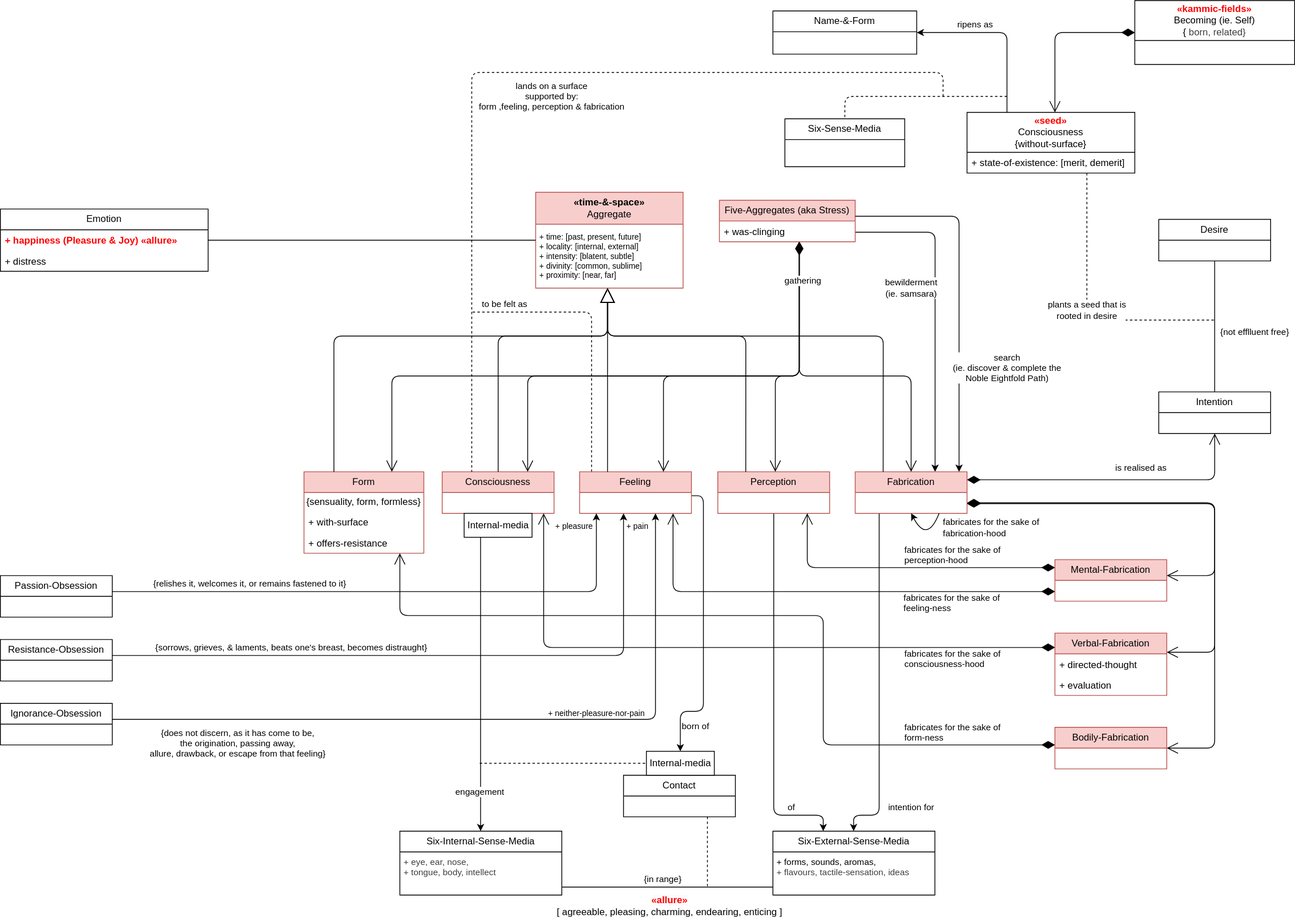
Above: fives/comprehend_aggregates_classes.drawio.svg in suttaplayer/dn34-PROGRESSING-BY-TENS (draw.io), before the change. Source tidied: cells renumbered, new cells last; positions are measured from the earlier drawing's top-left corner, leaving out a move shared by most shapes.
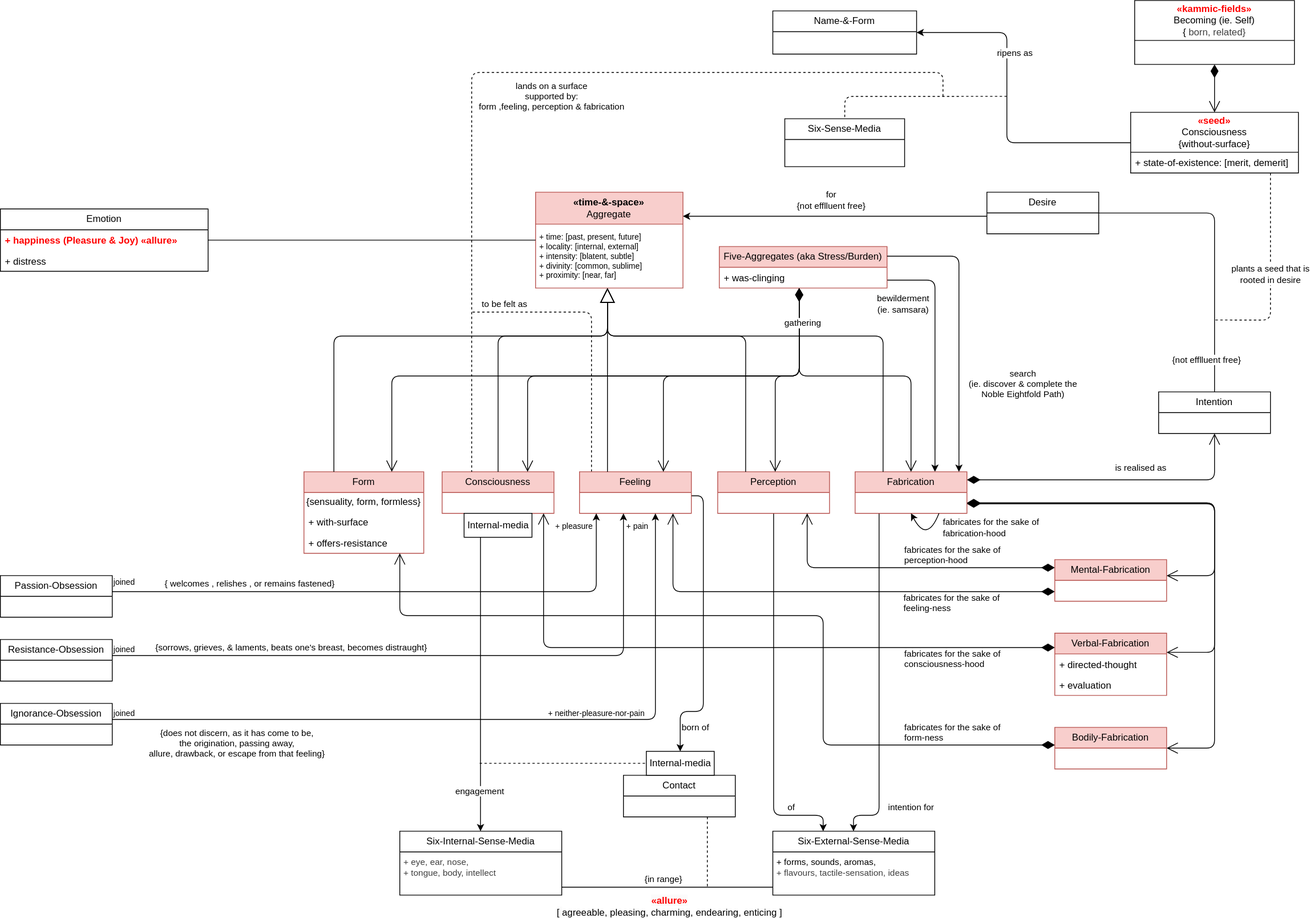
The same file after the commit.

Commit message:
- added obsession details

Diff of the diagram source:
```diff
@@ -3,18 +3,17 @@
     <mxCell id="0" />
     <mxCell id="1" parent="0" />
     <mxCell id="2" value="bewilderment&lt;div&gt;(ie. samsara)&lt;/div&gt;" style="edgeStyle=orthogonalEdgeStyle;html=1;" parent="1" edge="1" source="3" target="6">
-      <mxGeometry x="-0.15" y="-30" relative="1" as="geometry">
+      <mxGeometry x="-0.87" y="-30" relative="1" as="geometry">
         <Array as="points">
-          <mxPoint x="1170" y="290" />
+          <mxPoint x="1170" y="350" />
         </Array>
-        <mxPoint y="-1" as="offset" />
       </mxGeometry>
     </mxCell>
-    <mxCell id="3" value="Five-Aggregates (aka Stress)" style="swimlane;fontStyle=0;horizontal=1;startSize=26;fillColor=#f8cecc;whiteSpace=wrap;html=1;strokeColor=#b85450;" parent="1" vertex="1">
-      <mxGeometry x="900" y="250" width="170" height="52" as="geometry" />
+    <mxCell id="3" value="Five-Aggregates (aka Stress/Burden)" style="swimlane;fontStyle=0;horizontal=1;startSize=26;fillColor=#f8cecc;whiteSpace=wrap;html=1;strokeColor=#b85450;" parent="1" vertex="1">
+      <mxGeometry x="900" y="308" width="210" height="52" as="geometry" />
     </mxCell>
     <mxCell id="4" value="+ was-clinging" style="text;strokeColor=none;fillColor=none;align=left;verticalAlign=top;spacingLeft=4;spacingRight=4;overflow=hidden;whiteSpace=wrap;html=1;" parent="3" vertex="1">
-      <mxGeometry y="26" width="170" height="26" as="geometry" />
+      <mxGeometry y="26" width="210" height="26" as="geometry" />
     </mxCell>
     <mxCell id="5" value="intention for" style="edgeStyle=orthogonalEdgeStyle;html=1;" parent="1" edge="1" source="6" target="31">
       <mxGeometry x="0.71" y="40" relative="1" as="geometry">
@@ -215,10 +214,11 @@
       <mxGeometry x="693" y="1112" width="290" height="30" as="geometry" />
     </mxCell>
     <mxCell id="41" value="search&lt;div&gt;(ie. discover &amp;amp; complete the&lt;/div&gt;&lt;div&gt;Noble Eightfold Path)&lt;/div&gt;" style="edgeStyle=orthogonalEdgeStyle;html=1;" parent="1" edge="1" source="3" target="6">
-      <mxGeometry x="0.42" y="60" relative="1" as="geometry">
+      <mxGeometry x="0.39" y="80" relative="1" as="geometry">
         <Array as="points">
-          <mxPoint x="1200" y="270" />
+          <mxPoint x="1200" y="320" />
         </Array>
+        <mxPoint y="1" as="offset" />
       </mxGeometry>
     </mxCell>
     <mxCell id="42" style="edgeStyle=none;html=1;endArrow=none;endFill=0;" parent="1" edge="1" source="43" target="22">
@@ -233,7 +233,7 @@
     <mxCell id="45" value="&lt;font&gt;&lt;span style=&quot;&quot;&gt;&lt;font style=&quot;&quot;&gt;+ distress&lt;/font&gt;&lt;/span&gt;&lt;/font&gt;" style="text;strokeColor=none;fillColor=none;align=left;verticalAlign=top;spacingLeft=4;spacingRight=4;overflow=hidden;whiteSpace=wrap;html=1;fontStyle=0;fontColor=#000000;" parent="43" vertex="1">
       <mxGeometry y="52" width="260" height="26" as="geometry" />
     </mxCell>
-    <mxCell id="46" value="{relishes it, welcomes it, or remains fastened to it}" style="edgeStyle=orthogonalEdgeStyle;html=1;" parent="1" edge="1" source="47" target="10">
+    <mxCell id="46" value="{&lt;span style=&quot;color: rgb(0, 0, 0);&quot;&gt;welcomes&lt;/span&gt;,&amp;nbsp;&lt;span style=&quot;color: rgb(0, 0, 0);&quot;&gt;relishes&lt;/span&gt;, or remains fastened}" style="edgeStyle=orthogonalEdgeStyle;html=1;" parent="1" edge="1" source="47" target="10">
       <mxGeometry x="-0.51" y="10" relative="1" as="geometry">
         <Array as="points">
           <mxPoint x="746" y="740" />
@@ -250,8 +250,7 @@
       <mxGeometry relative="1" as="geometry">
         <mxPoint x="1520" y="400" as="targetPoint" />
         <Array as="points">
-          <mxPoint x="1360" y="178" />
-          <mxPoint x="1360" y="400" />
+          <mxPoint x="1590" y="400" />
         </Array>
       </mxGeometry>
     </mxCell>
@@ -272,16 +271,24 @@
       </mxGeometry>
     </mxCell>
     <mxCell id="52" value="&lt;div&gt;&lt;span style=&quot;font-weight: 700; text-wrap-mode: nowrap;&quot;&gt;&lt;font style=&quot;color: rgb(255, 0, 0);&quot;&gt;«seed»&lt;/font&gt;&lt;/span&gt;&lt;/div&gt;Consciousness&lt;div&gt;{without-surface}&lt;/div&gt;" style="swimlane;fontStyle=0;horizontal=1;startSize=50;fillColor=none;whiteSpace=wrap;html=1;" parent="1" vertex="1">
-      <mxGeometry x="1210" y="140" width="210" height="76" as="geometry" />
+      <mxGeometry x="1415" y="140" width="210" height="76" as="geometry" />
     </mxCell>
     <mxCell id="53" value="+ state-of-existence: [merit, demerit]" style="text;strokeColor=none;fillColor=none;align=left;verticalAlign=top;spacingLeft=4;spacingRight=4;overflow=hidden;whiteSpace=wrap;html=1;" parent="52" vertex="1">
       <mxGeometry y="50" width="210" height="26" as="geometry" />
     </mxCell>
-    <mxCell id="54" value="{not efflluent free}" style="edgeStyle=none;html=1;endArrow=none;endFill=0;" parent="1" edge="1" source="55" target="56">
-      <mxGeometry x="0.09" y="50" relative="1" as="geometry" />
+    <mxCell id="54" value="{not efflluent free}" style="edgeStyle=orthogonalEdgeStyle;html=1;endArrow=none;endFill=0;" parent="1" edge="1" source="55" target="56">
+      <mxGeometry x="0.78" y="-10" relative="1" as="geometry" />
     </mxCell>
+    <mxCell id="82" value="&lt;div&gt;&lt;span style=&quot;color: rgb(0, 0, 0);&quot;&gt;for&lt;/span&gt;&lt;/div&gt;&lt;span style=&quot;color: rgb(0, 0, 0);&quot;&gt;{not efflluent free}&lt;/span&gt;" style="edgeStyle=orthogonalEdgeStyle;html=1;" parent="1" edge="1" source="55" target="22">
+      <mxGeometry x="0.03" y="-20" relative="1" as="geometry">
+        <Array as="points">
+          <mxPoint x="1140" y="270" />
+          <mxPoint x="1140" y="270" />
+        </Array>
+      </mxGeometry>
+    </mxCell>
     <mxCell id="55" value="Desire" style="swimlane;fontStyle=0;horizontal=1;startSize=26;whiteSpace=wrap;html=1;" parent="1" vertex="1">
-      <mxGeometry x="1450" y="274" width="140" height="52" as="geometry" />
+      <mxGeometry x="1235" y="240" width="140" height="52" as="geometry" />
     </mxCell>
     <mxCell id="56" value="Intention" style="swimlane;fontStyle=0;horizontal=1;startSize=26;whiteSpace=wrap;html=1;" parent="1" vertex="1">
       <mxGeometry x="1450" y="490" width="140" height="52" as="geometry" />
@@ -296,7 +303,8 @@
     <mxCell id="58" style="endArrow=open;html=1;endSize=12;startArrow=diamondThin;startSize=14;startFill=1;edgeStyle=orthogonalEdgeStyle;align=left;verticalAlign=bottom;" parent="1" edge="1" source="48" target="52">
       <mxGeometry y="26" relative="1" as="geometry">
         <Array as="points">
-          <mxPoint x="1320" y="40" />
+          <mxPoint x="1520" y="100" />
+          <mxPoint x="1520" y="100" />
         </Array>
       </mxGeometry>
     </mxCell>
@@ -424,5 +432,14 @@
         <mxPoint x="1" as="offset" />
       </mxGeometry>
     </mxCell>
+    <mxCell id="83" value="joined" style="text;html=1;align=left;verticalAlign=top;whiteSpace=wrap;rounded=0;fontSize=10;" parent="1" vertex="1">
+      <mxGeometry x="140" y="716" width="60" height="20" as="geometry" />
+    </mxCell>
+    <mxCell id="84" value="joined" style="text;html=1;align=left;verticalAlign=top;whiteSpace=wrap;rounded=0;fontSize=10;" parent="1" vertex="1">
+      <mxGeometry x="140" y="800" width="60" height="20" as="geometry" />
+    </mxCell>
+    <mxCell id="85" value="joined" style="text;html=1;align=left;verticalAlign=top;whiteSpace=wrap;rounded=0;fontSize=10;" parent="1" vertex="1">
+      <mxGeometry x="140" y="880" width="60" height="20" as="geometry" />
+    </mxCell>
   </root>
 </mxGraphModel>
```
